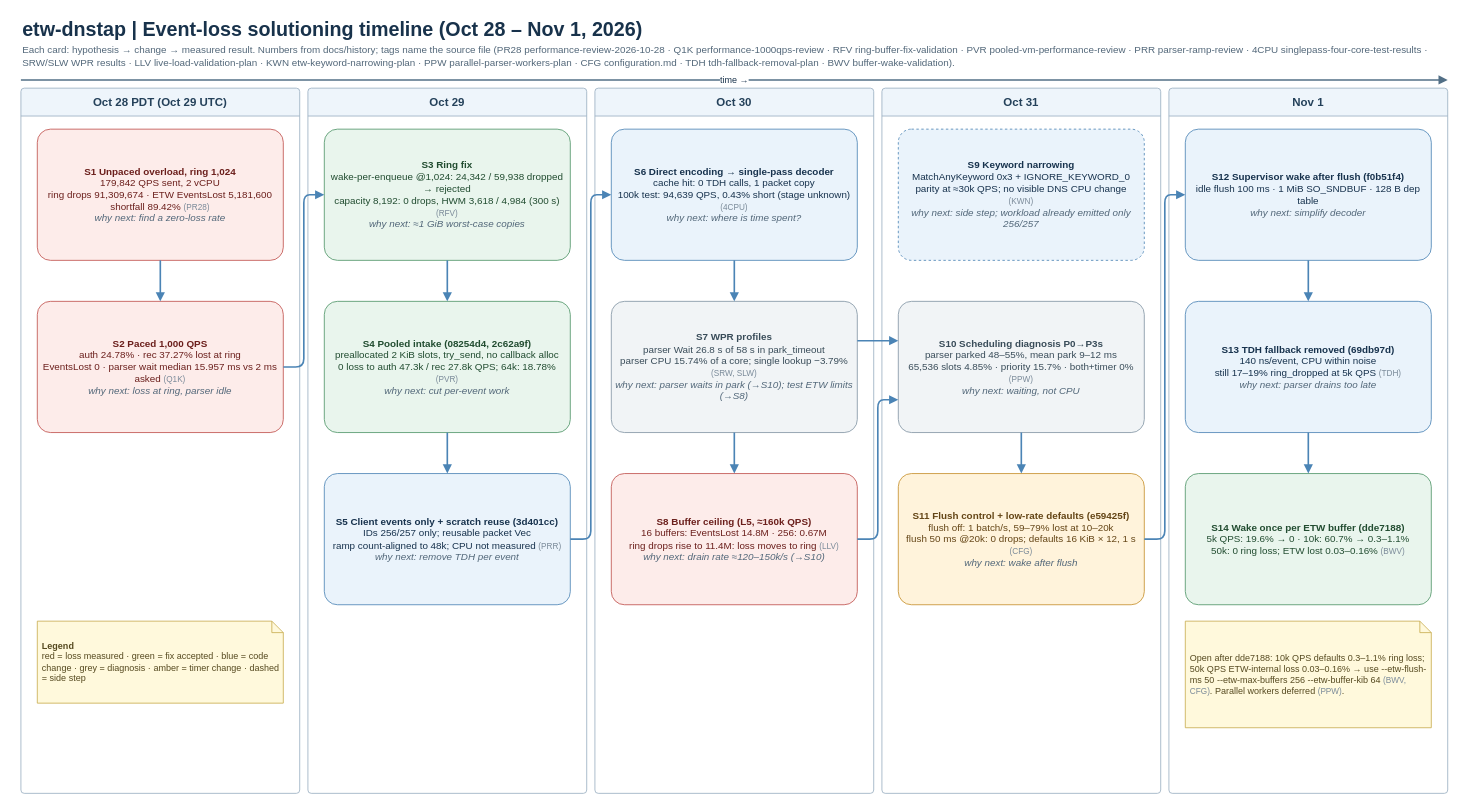
The draw.io diagram page "1 Timeline" (1 of 10) of docs/history/diagrams/loss-solutioning.drawio in miketheitguy/etw-dnstap, before the edit. Source tidied: cells renumbered, new cells numbered last; positions are measured from the earlier drawing's top-left corner, leaving out a move shared by most shapes. Both pictures are drawn from the tidied source at 82%, with x=0, y=0 at pixel (20, 14).
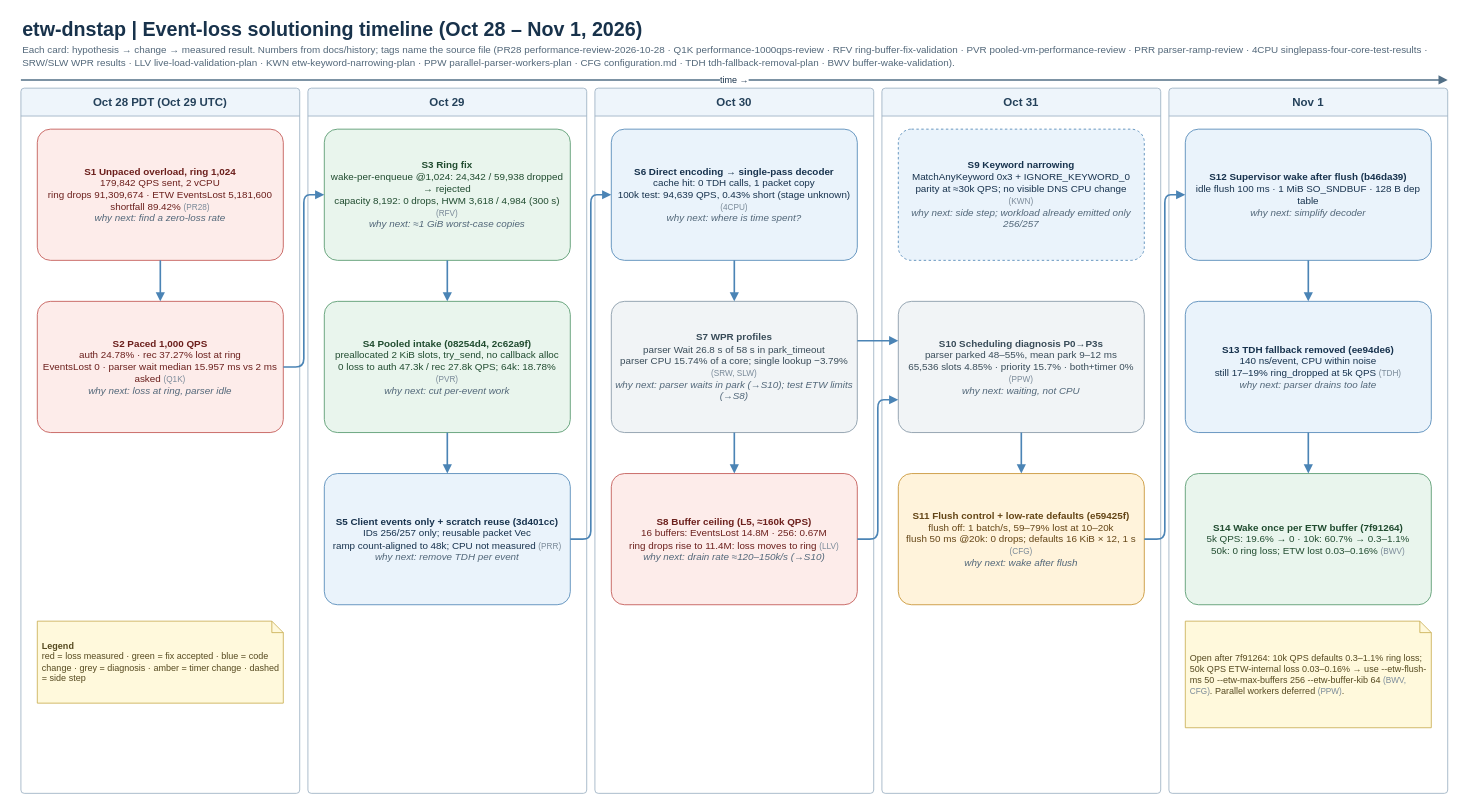
After the change.

Change to the diagram source:
```diff
@@
-    <mxCell id="21" value="&lt;b&gt;S12 Supervisor wake after flush (f0b51f4)&lt;/b&gt;&lt;br&gt;idle flush 100 ms · 1 MiB SO_SNDBUF · 128 B dep table&lt;br&gt;&lt;i&gt;&lt;font color=&quot;#526779&quot;&gt;why next: simplify decoder&lt;/font&gt;&lt;/i&gt;" style="rounded=1;arcSize=10;whiteSpace=wrap;html=1;fillColor=#eaf3fb;strokeColor=#4b84b5;fontColor=#17324d;fontSize=12;fontStyle=0;align=center;verticalAlign=middle;spacing=6;strokeWidth=1;" parent="1" vertex="1">
+    <mxCell id="21" value="&lt;b&gt;S12 Supervisor wake after flush (b46da39)&lt;/b&gt;&lt;br&gt;idle flush 100 ms · 1 MiB SO_SNDBUF · 128 B dep table&lt;br&gt;&lt;i&gt;&lt;font color=&quot;#526779&quot;&gt;why next: simplify decoder&lt;/font&gt;&lt;/i&gt;" style="rounded=1;arcSize=10;whiteSpace=wrap;html=1;fillColor=#eaf3fb;strokeColor=#4b84b5;fontColor=#17324d;fontSize=12;fontStyle=0;align=center;verticalAlign=middle;spacing=6;strokeWidth=1;" parent="1" vertex="1">
       <mxGeometry x="1420" y="140" width="300" height="160" as="geometry" />
     </mxCell>
-    <mxCell id="22" value="&lt;b&gt;S13 TDH fallback removed (69db97d)&lt;/b&gt;&lt;br&gt;140 ns/event, CPU within noise&lt;br&gt;still 17–19% ring_dropped at 5k QPS &lt;font color=&quot;#7a8a99&quot; style=&quot;font-size:10px&quot;&gt;(TDH)&lt;/font&gt;&lt;br&gt;&lt;i&gt;&lt;font color=&quot;#526779&quot;&gt;why next: parser drains too late&lt;/font&gt;&lt;/i&gt;" style="rounded=1;arcSize=10;whiteSpace=wrap;html=1;fillColor=#eaf3fb;strokeColor=#4b84b5;fontColor=#17324d;fontSize=12;fontStyle=0;align=center;verticalAlign=middle;spacing=6;strokeWidth=1;" parent="1" vertex="1">
+    <mxCell id="22" value="&lt;b&gt;S13 TDH fallback removed (ee94de6)&lt;/b&gt;&lt;br&gt;140 ns/event, CPU within noise&lt;br&gt;still 17–19% ring_dropped at 5k QPS &lt;font color=&quot;#7a8a99&quot; style=&quot;font-size:10px&quot;&gt;(TDH)&lt;/font&gt;&lt;br&gt;&lt;i&gt;&lt;font color=&quot;#526779&quot;&gt;why next: parser drains too late&lt;/font&gt;&lt;/i&gt;" style="rounded=1;arcSize=10;whiteSpace=wrap;html=1;fillColor=#eaf3fb;strokeColor=#4b84b5;fontColor=#17324d;fontSize=12;fontStyle=0;align=center;verticalAlign=middle;spacing=6;strokeWidth=1;" parent="1" vertex="1">
       <mxGeometry x="1420" y="350" width="300" height="160" as="geometry" />
     </mxCell>
-    <mxCell id="23" value="&lt;b&gt;S14 Wake once per ETW buffer (dde7188)&lt;/b&gt;&lt;br&gt;5k QPS: 19.6% → 0 · 10k: 60.7% → 0.3–1.1%&lt;br&gt;50k: 0 ring loss; ETW lost 0.03–0.16% &lt;font color=&quot;#7a8a99&quot; style=&quot;font-size:10px&quot;&gt;(BWV)&lt;/font&gt;" style="rounded=1;arcSize=10;whiteSpace=wrap;html=1;fillColor=#e9f5ed;strokeColor=#4f9567;fontColor=#214c30;fontSize=12;fontStyle=0;align=center;verticalAlign=middle;spacing=6;strokeWidth=1;" parent="1" vertex="1">
+    <mxCell id="23" value="&lt;b&gt;S14 Wake once per ETW buffer (7f91264)&lt;/b&gt;&lt;br&gt;5k QPS: 19.6% → 0 · 10k: 60.7% → 0.3–1.1%&lt;br&gt;50k: 0 ring loss; ETW lost 0.03–0.16% &lt;font color=&quot;#7a8a99&quot; style=&quot;font-size:10px&quot;&gt;(BWV)&lt;/font&gt;" style="rounded=1;arcSize=10;whiteSpace=wrap;html=1;fillColor=#e9f5ed;strokeColor=#4f9567;fontColor=#214c30;fontSize=12;fontStyle=0;align=center;verticalAlign=middle;spacing=6;strokeWidth=1;" parent="1" vertex="1">
       <mxGeometry x="1420" y="560" width="300" height="160" as="geometry" />
     </mxCell>
@@
-    <mxCell id="37" value="Open after dde7188: 10k QPS defaults 0.3–1.1% ring loss; 50k QPS ETW-internal loss 0.03–0.16% → use --etw-flush-ms 50 --etw-max-buffers 256 --etw-buffer-kib 64 &lt;font color=&quot;#7a8a99&quot; style=&quot;font-size:10px&quot;&gt;(BWV, CFG)&lt;/font&gt;. Parallel workers deferred &lt;font color=&quot;#7a8a99&quot; style=&quot;font-size:10px&quot;&gt;(PPW)&lt;/font&gt;." style="shape=note;size=14;rounded=1;arcSize=10;whiteSpace=wrap;html=1;fillColor=#fff9dc;strokeColor=#c8ad4f;fontColor=#55491f;fontSize=11;fontStyle=0;align=left;verticalAlign=middle;spacing=6;strokeWidth=1;" parent="1" vertex="1">
+    <mxCell id="37" value="Open after 7f91264: 10k QPS defaults 0.3–1.1% ring loss; 50k QPS ETW-internal loss 0.03–0.16% → use --etw-flush-ms 50 --etw-max-buffers 256 --etw-buffer-kib 64 &lt;font color=&quot;#7a8a99&quot; style=&quot;font-size:10px&quot;&gt;(BWV, CFG)&lt;/font&gt;. Parallel workers deferred &lt;font color=&quot;#7a8a99&quot; style=&quot;font-size:10px&quot;&gt;(PPW)&lt;/font&gt;." style="shape=note;size=14;rounded=1;arcSize=10;whiteSpace=wrap;html=1;fillColor=#fff9dc;strokeColor=#c8ad4f;fontColor=#55491f;fontSize=11;fontStyle=0;align=left;verticalAlign=middle;spacing=6;strokeWidth=1;" parent="1" vertex="1">
       <mxGeometry x="1420" y="740" width="300" height="130" as="geometry" />
     </mxCell>
```
